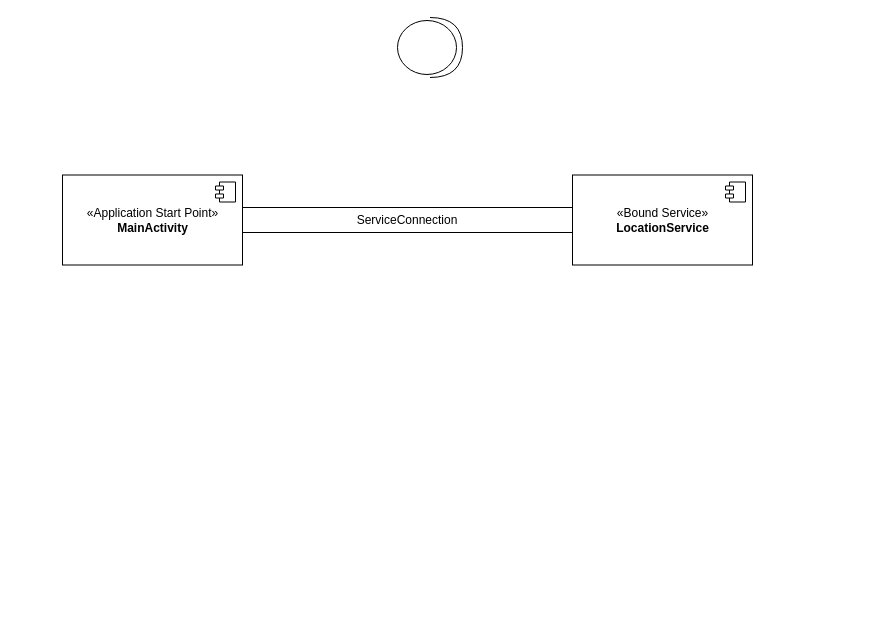
arvindd/MauiBoundServiceSample keeps this draw.io diagram as img/arch.drawio. Above is the earlier version. Source tidied: cells renumbered, new cells numbered last; positions are measured from the earlier drawing's top-left corner, leaving out a move shared by most shapes. Both pictures are drawn from the tidied source at 100%, with x=0, y=0 at pixel (62, 17).
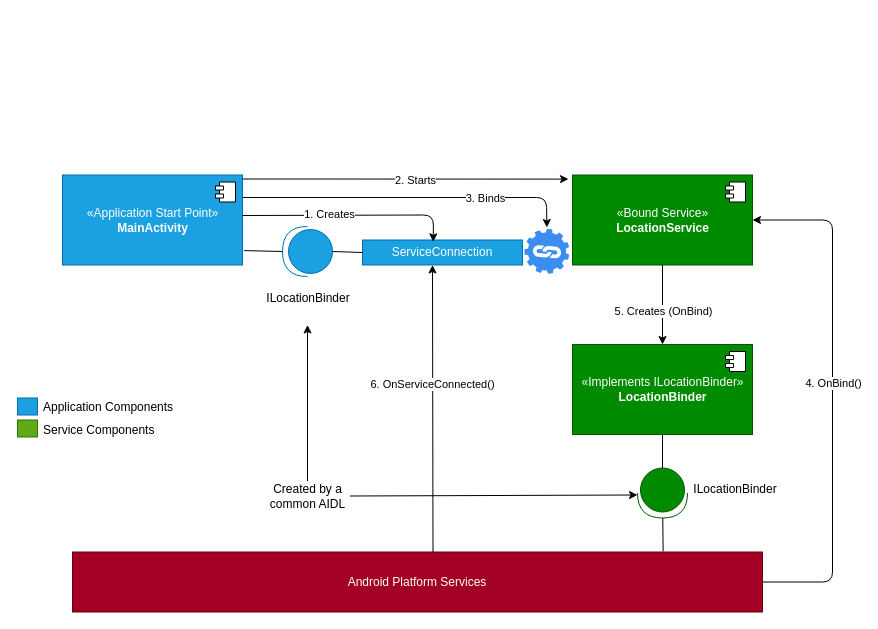
The same diagram, later.

Commit message (it also covers changes not shown here):
Added arch diagram

Diff of the diagram source:
```diff
@@
-    <mxCell id="2" value="ServiceConnection" style="rounded=0;whiteSpace=wrap;html=1;" parent="1" vertex="1">
-      <mxGeometry x="180" y="190" width="330" height="25" as="geometry" />
+    <mxCell id="2" value="ServiceConnection" style="rounded=0;whiteSpace=wrap;html=1;fillColor=#1ba1e2;fontColor=#ffffff;strokeColor=#006EAF;" parent="1" vertex="1">
+      <mxGeometry x="300" y="222.5" width="160" height="25" as="geometry" />
     </mxCell>
-    <mxCell id="3" value="«Application Start Point»&lt;br&gt;&lt;b&gt;MainActivity&lt;/b&gt;" style="html=1;" parent="1" vertex="1">
+    <mxCell id="3" value="«Application Start Point»&lt;br&gt;&lt;b&gt;MainActivity&lt;/b&gt;" style="html=1;fillColor=#1ba1e2;fontColor=#ffffff;strokeColor=#006EAF;" parent="1" vertex="1">
       <mxGeometry y="157.5" width="180" height="90" as="geometry" />
     </mxCell>
@@
-    <mxCell id="5" value="«Bound Service»&lt;br&gt;&lt;b&gt;LocationService&lt;/b&gt;" style="html=1;" parent="1" vertex="1">
+    <mxCell id="5" value="«Bound Service»&lt;br&gt;&lt;b&gt;LocationService&lt;/b&gt;" style="html=1;fillColor=#008a00;fontColor=#ffffff;strokeColor=#005700;" parent="1" vertex="1">
       <mxGeometry x="510" y="157.5" width="180" height="90" as="geometry" />
     </mxCell>
@@
-    <mxCell id="7" style="shape=providedRequiredInterface;html=1;verticalLabelPosition=bottom;sketch=0;" parent="1" vertex="1">
-      <mxGeometry x="335" width="65" height="60" as="geometry" />
-    </mxCell>
+    <mxCell id="8" style="endArrow=classic;html=1;entryX=-0.022;entryY=0.157;entryDx=0;entryDy=0;entryPerimeter=0;" parent="1" edge="1">
+      <mxGeometry relative="1" as="geometry">
+        <mxPoint x="180" y="161.5" as="sourcePoint" />
+        <mxPoint x="506" y="161.6" as="targetPoint" />
+      </mxGeometry>
+    </mxCell>
+    <mxCell id="9" value="2. Starts" style="edgeLabel;html=1;align=center;verticalAlign=middle;" parent="8" vertex="1">
+      <mxGeometry x="0.06" y="-1" relative="1" as="geometry" />
+    </mxCell>
+    <mxCell id="10" style="endArrow=classic;html=1;exitX=1.02;exitY=0.139;exitDx=0;exitDy=0;exitPerimeter=0;entryX=0.442;entryY=0.072;entryDx=0;entryDy=0;entryPerimeter=0;" parent="1" edge="1" target="2">
+      <mxGeometry relative="1" as="geometry">
+        <mxPoint x="180" y="198" as="sourcePoint" />
+        <Array as="points">
+          <mxPoint x="371" y="197.5" />
+        </Array>
+      </mxGeometry>
+    </mxCell>
+    <mxCell id="11" value="1. Creates" style="edgeLabel;html=1;align=center;verticalAlign=middle;" parent="10" vertex="1">
+      <mxGeometry x="0.06" y="-1" relative="1" as="geometry">
+        <mxPoint x="-29" y="-2" as="offset" />
+      </mxGeometry>
+    </mxCell>
+    <mxCell id="12" style="sketch=0;html=1;strokeColor=none;shadow=0;align=center;verticalAlign=top;fillColor=#3B8DF1;shape=mxgraph.gcp2.gear_chain;rotation=-220;" parent="1" vertex="1">
+      <mxGeometry x="462" y="211.5" width="45" height="45" as="geometry" />
+    </mxCell>
+    <mxCell id="13" style="endArrow=classic;html=1;exitX=1;exitY=0.25;exitDx=0;exitDy=0;entryX=0.159;entryY=0.91;entryDx=0;entryDy=0;entryPerimeter=0;" parent="1" edge="1" source="3" target="12">
+      <mxGeometry relative="1" as="geometry">
+        <Array as="points">
+          <mxPoint x="484" y="180" />
+        </Array>
+      </mxGeometry>
+    </mxCell>
+    <mxCell id="14" value="3. Binds" style="edgeLabel;html=1;align=center;verticalAlign=middle;" parent="13" vertex="1">
+      <mxGeometry x="0.45" relative="1" as="geometry" />
+    </mxCell>
+    <mxCell id="15" value="«Implements ILocationBinder»&lt;br&gt;&lt;b&gt;LocationBinder&lt;/b&gt;" style="html=1;fillColor=#008a00;fontColor=#ffffff;strokeColor=#005700;" parent="1" vertex="1">
+      <mxGeometry x="510" y="327" width="180" height="90" as="geometry" />
+    </mxCell>
+    <mxCell id="16" style="shape=module;jettyWidth=8;jettyHeight=4;" parent="15" vertex="1">
+      <mxGeometry x="1" width="20" height="20" relative="1" as="geometry">
+        <mxPoint x="-27" y="7" as="offset" />
+      </mxGeometry>
+    </mxCell>
+    <mxCell id="17" style="endArrow=classic;html=1;exitX=0.5;exitY=1;exitDx=0;exitDy=0;entryX=0.5;entryY=0;entryDx=0;entryDy=0;" parent="1" edge="1" source="5" target="15">
+      <mxGeometry relative="1" as="geometry" />
+    </mxCell>
+    <mxCell id="18" value="5. Creates (OnBind)" style="edgeLabel;html=1;align=center;verticalAlign=middle;" parent="17" vertex="1">
+      <mxGeometry x="-0.3" relative="1" as="geometry">
+        <mxPoint y="18" as="offset" />
+      </mxGeometry>
+    </mxCell>
+    <mxCell id="19" style="shape=providedRequiredInterface;html=1;verticalLabelPosition=bottom;sketch=0;rotation=90;fillColor=#008a00;fontColor=#ffffff;strokeColor=#005700;" parent="1" vertex="1">
+      <mxGeometry x="575" y="450.5" width="50" height="50" as="geometry" />
+    </mxCell>
+    <mxCell id="20" style="endArrow=none;html=1;entryX=0.5;entryY=1;entryDx=0;entryDy=0;exitX=0;exitY=0.5;exitDx=0;exitDy=0;exitPerimeter=0;" parent="1" edge="1" source="19" target="15">
+      <mxGeometry relative="1" as="geometry" />
+    </mxCell>
+    <mxCell id="21" value="ILocationBinder" style="text;html=1;strokeColor=none;fillColor=none;align=center;verticalAlign=middle;whiteSpace=wrap;rounded=0;" parent="1" vertex="1">
+      <mxGeometry x="643" y="456.5" width="60" height="30" as="geometry" />
+    </mxCell>
+    <mxCell id="22" style="shape=providedRequiredInterface;html=1;verticalLabelPosition=bottom;sketch=0;rotation=-180;fillColor=#1ba1e2;fontColor=#ffffff;strokeColor=#006EAF;" parent="1" vertex="1">
+      <mxGeometry x="220" y="209" width="50" height="50" as="geometry" />
+    </mxCell>
+    <mxCell id="23" value="Android Platform Services" style="rounded=0;whiteSpace=wrap;html=1;fillColor=#a20025;fontColor=#ffffff;strokeColor=#6F0000;" parent="1" vertex="1">
+      <mxGeometry x="10" y="534.5" width="690" height="60" as="geometry" />
+    </mxCell>
+    <mxCell id="24" style="endArrow=none;html=1;exitX=0.856;exitY=-0.01;exitDx=0;exitDy=0;exitPerimeter=0;" parent="1" edge="1" source="23" target="19">
+      <mxGeometry relative="1" as="geometry" />
+    </mxCell>
+    <mxCell id="25" style="endArrow=classic;html=1;exitX=1;exitY=0.5;exitDx=0;exitDy=0;entryX=1;entryY=0.5;entryDx=0;entryDy=0;" parent="1" edge="1" source="23" target="5">
+      <mxGeometry relative="1" as="geometry">
+        <Array as="points">
+          <mxPoint x="770" y="564.5" />
+          <mxPoint x="770" y="202.5" />
+        </Array>
+      </mxGeometry>
+    </mxCell>
+    <mxCell id="26" value="4. OnBind()" style="edgeLabel;html=1;align=center;verticalAlign=middle;" parent="25" vertex="1">
+      <mxGeometry x="0.05" relative="1" as="geometry" />
+    </mxCell>
+    <mxCell id="27" style="endArrow=classic;html=1;exitX=0.537;exitY=0.003;exitDx=0;exitDy=0;exitPerimeter=0;entryX=0.5;entryY=1;entryDx=0;entryDy=0;" parent="1" edge="1">
+      <mxGeometry relative="1" as="geometry">
+        <mxPoint x="370.5" y="534.7" as="sourcePoint" />
+        <mxPoint x="370" y="247.5" as="targetPoint" />
+      </mxGeometry>
+    </mxCell>
+    <mxCell id="28" value="6. OnServiceConnected()" style="edgeLabel;html=1;align=center;verticalAlign=middle;" parent="27" vertex="1">
+      <mxGeometry x="0.17" y="1" relative="1" as="geometry" />
+    </mxCell>
+    <mxCell id="29" style="endArrow=none;html=1;exitX=0;exitY=0.5;exitDx=0;exitDy=0;exitPerimeter=0;entryX=0;entryY=0.5;entryDx=0;entryDy=0;" parent="1" edge="1" source="22" target="2">
+      <mxGeometry relative="1" as="geometry" />
+    </mxCell>
+    <mxCell id="30" style="endArrow=none;html=1;exitX=1.009;exitY=0.84;exitDx=0;exitDy=0;exitPerimeter=0;entryX=1;entryY=0.5;entryDx=0;entryDy=0;entryPerimeter=0;" parent="1" edge="1" source="3" target="22">
+      <mxGeometry relative="1" as="geometry" />
+    </mxCell>
+    <mxCell id="31" value="ILocationBinder" style="text;html=1;strokeColor=none;fillColor=none;align=center;verticalAlign=middle;whiteSpace=wrap;rounded=0;" parent="1" vertex="1">
+      <mxGeometry x="216" y="265.5" width="60" height="30" as="geometry" />
+    </mxCell>
+    <mxCell id="32" style="rounded=0;whiteSpace=wrap;html=1;fillColor=#1ba1e2;fontColor=#ffffff;strokeColor=#006EAF;" parent="1" vertex="1">
+      <mxGeometry x="-45" y="380.5" width="20" height="17" as="geometry" />
+    </mxCell>
+    <mxCell id="33" style="rounded=0;whiteSpace=wrap;html=1;fillColor=#60a917;fontColor=#ffffff;strokeColor=#2D7600;" parent="1" vertex="1">
+      <mxGeometry x="-45" y="402.5" width="20" height="17" as="geometry" />
+    </mxCell>
+    <mxCell id="34" value="Application Components" style="text;html=1;strokeColor=none;fillColor=none;align=left;verticalAlign=middle;whiteSpace=wrap;rounded=0;" parent="1" vertex="1">
+      <mxGeometry x="-21" y="375" width="150" height="30" as="geometry" />
+    </mxCell>
+    <mxCell id="35" value="Service Components" style="text;html=1;strokeColor=none;fillColor=none;align=left;verticalAlign=middle;whiteSpace=wrap;rounded=0;" parent="1" vertex="1">
+      <mxGeometry x="-21" y="397.5" width="150" height="30" as="geometry" />
+    </mxCell>
+    <mxCell id="36" style="endArrow=classic;html=1;exitX=0.5;exitY=0;exitDx=0;exitDy=0;" parent="1" edge="1" source="37">
+      <mxGeometry relative="1" as="geometry">
+        <mxPoint x="245" y="307.5" as="targetPoint" />
+      </mxGeometry>
+    </mxCell>
+    <mxCell id="37" value="Created by a common AIDL" style="text;html=1;strokeColor=none;fillColor=none;align=center;verticalAlign=middle;whiteSpace=wrap;rounded=0;" parent="1" vertex="1">
+      <mxGeometry x="202.5" y="463.5" width="85" height="30" as="geometry" />
+    </mxCell>
+    <mxCell id="38" style="endArrow=classic;html=1;exitX=1;exitY=0.5;exitDx=0;exitDy=0;" parent="1" edge="1" source="37">
+      <mxGeometry relative="1" as="geometry">
+        <mxPoint x="575" y="477.5" as="targetPoint" />
+      </mxGeometry>
+    </mxCell>
```
